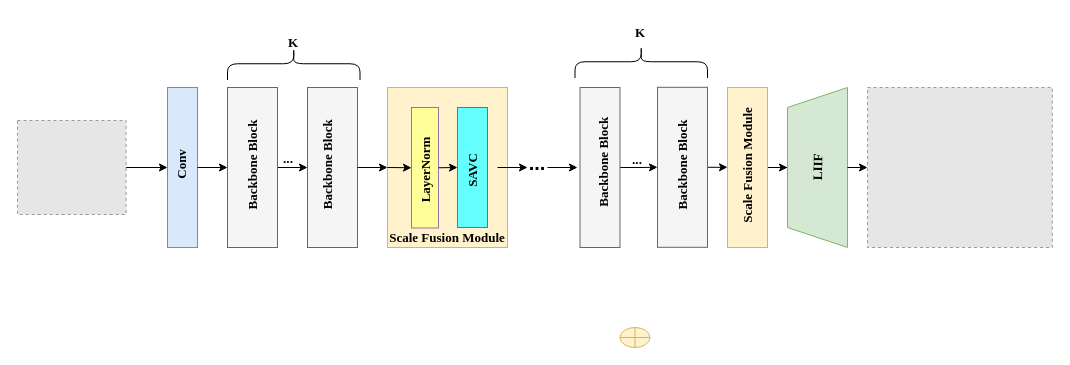
This is 可变形卷积整体模型.drawio from gao131/nlp-beginner, a draw.io file, before an edit. Source tidied: cells renumbered, new cells numbered last; positions are measured from the earlier drawing's top-left corner, leaving out a move shared by most shapes. Both pictures are drawn from the tidied source at 100%, with x=0, y=0 at pixel (17, -5). Pictures stored in the file or linked from it are replaced by grey dashed boxes.
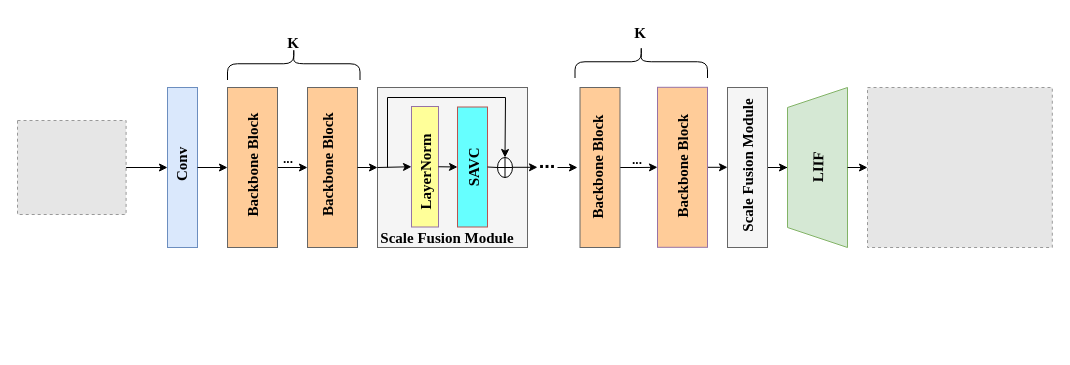
The same page after the edit.

Commit message (it also covers changes not shown here):
更新可变形卷积整体模型.drawio

Change to the diagram source:
```diff
@@
-    <mxCell id="5" style="rounded=0;whiteSpace=wrap;html=1;fillColor=#f5f5f5;fontColor=#333333;strokeColor=#666666;" parent="1" vertex="1">
+    <mxCell id="5" style="rounded=0;whiteSpace=wrap;html=1;fillColor=#FFCC99;fontColor=#333333;strokeColor=#666666;" parent="1" vertex="1">
       <mxGeometry x="290" y="92" width="50" height="160" as="geometry" />
     </mxCell>
@@
-    <mxCell id="8" value="&lt;b&gt;&lt;font style=&quot;font-size: 13px;&quot; face=&quot;Times New Roman&quot;&gt;K&lt;/font&gt;&lt;/b&gt;" style="text;html=1;align=center;verticalAlign=middle;whiteSpace=wrap;rounded=0;" parent="1" vertex="1">
+    <mxCell id="8" value="&lt;b&gt;&lt;font style=&quot;font-size: 15px;&quot; face=&quot;Times New Roman&quot;&gt;K&lt;/font&gt;&lt;/b&gt;" style="text;html=1;align=center;verticalAlign=middle;whiteSpace=wrap;rounded=0;" parent="1" vertex="1">
       <mxGeometry x="246.2" y="32" width="60" height="30" as="geometry" />
     </mxCell>
@@
     <mxCell id="10" value="&lt;font style=&quot;font-size: 20px;&quot;&gt;&lt;b&gt;...&lt;/b&gt;&lt;/font&gt;" style="text;html=1;align=center;verticalAlign=middle;whiteSpace=wrap;rounded=0;" parent="1" vertex="1">
-      <mxGeometry x="490" y="152" width="60" height="30" as="geometry" />
+      <mxGeometry x="500" y="150" width="60" height="30" as="geometry" />
     </mxCell>
@@
-    <mxCell id="12" style="rounded=0;whiteSpace=wrap;html=1;fillColor=#f5f5f5;fontColor=#333333;strokeColor=#666666;" parent="1" vertex="1">
+    <mxCell id="12" style="rounded=0;whiteSpace=wrap;html=1;fillColor=#FFCC99;fontColor=#333333;strokeColor=#666666;" parent="1" vertex="1">
       <mxGeometry x="210" y="92" width="50" height="160" as="geometry" />
     </mxCell>
-    <mxCell id="13" style="rounded=0;whiteSpace=wrap;html=1;fillColor=#fff2cc;strokeColor=#d6b656;" parent="1" vertex="1">
-      <mxGeometry x="370" y="92" width="120" height="160" as="geometry" />
+    <mxCell id="13" style="rounded=0;whiteSpace=wrap;html=1;fillColor=#f5f5f5;strokeColor=#666666;fontColor=#333333;" parent="1" vertex="1">
+      <mxGeometry x="360" y="92" width="150" height="160" as="geometry" />
     </mxCell>
     <mxCell id="14" style="rounded=0;whiteSpace=wrap;html=1;fillColor=#FFFF99;strokeColor=#9673a6;gradientColor=none;" parent="1" vertex="1">
-      <mxGeometry x="394" y="112" width="27" height="120.5" as="geometry" />
+      <mxGeometry x="394" y="111" width="27" height="120.5" as="geometry" />
     </mxCell>
     <mxCell id="15" style="rounded=0;whiteSpace=wrap;html=1;fillColor=#66FFFF;strokeColor=#b85450;gradientColor=none;" parent="1" vertex="1">
-      <mxGeometry x="440" y="112" width="30" height="120" as="geometry" />
+      <mxGeometry x="440" y="111.5" width="30" height="120" as="geometry" />
     </mxCell>
@@
-    <mxCell id="20" style="rounded=0;whiteSpace=wrap;html=1;fillColor=#f5f5f5;fontColor=#333333;strokeColor=#666666;" parent="1" vertex="1">
+    <mxCell id="20" style="rounded=0;whiteSpace=wrap;html=1;fillColor=#FFCC99;fontColor=#333333;strokeColor=#666666;" parent="1" vertex="1">
       <mxGeometry x="562.5" y="92" width="40" height="160" as="geometry" />
     </mxCell>
@@
-    <mxCell id="22" style="rounded=0;whiteSpace=wrap;html=1;fillColor=#fff2cc;strokeColor=#d6b656;" parent="1" vertex="1">
+    <mxCell id="22" style="rounded=0;whiteSpace=wrap;html=1;fillColor=#f5f5f5;strokeColor=#666666;fontColor=#333333;" parent="1" vertex="1">
       <mxGeometry x="710" y="92" width="40" height="160" as="geometry" />
     </mxCell>
@@
-    <mxCell id="27" style="rounded=0;whiteSpace=wrap;html=1;fillColor=#f5f5f5;fontColor=#333333;strokeColor=#666666;" parent="1" vertex="1">
+    <mxCell id="27" style="rounded=0;whiteSpace=wrap;html=1;fillColor=#FFCC99;strokeColor=#9673a6;" parent="1" vertex="1">
       <mxGeometry x="640" y="91.8" width="50" height="160" as="geometry" />
     </mxCell>
@@
-    <mxCell id="30" value="&lt;b&gt;&lt;font style=&quot;font-size: 13px;&quot; face=&quot;Times New Roman&quot;&gt;K&lt;/font&gt;&lt;/b&gt;" style="text;html=1;align=center;verticalAlign=middle;whiteSpace=wrap;rounded=0;" parent="1" vertex="1">
+    <mxCell id="30" value="&lt;b&gt;&lt;font style=&quot;font-size: 15px;&quot; face=&quot;Times New Roman&quot;&gt;K&lt;/font&gt;&lt;/b&gt;" style="text;html=1;align=center;verticalAlign=middle;whiteSpace=wrap;rounded=0;" parent="1" vertex="1">
       <mxGeometry x="592.5" y="22" width="60" height="30" as="geometry" />
     </mxCell>
-    <mxCell id="31" value="&lt;b&gt;&lt;font style=&quot;font-size: 13px;&quot; face=&quot;Times New Roman&quot;&gt; Conv&lt;/font&gt;&lt;/b&gt;" style="text;html=1;align=center;verticalAlign=middle;whiteSpace=wrap;rounded=0;rotation=-90;" parent="1" vertex="1">
+    <mxCell id="31" value="&lt;b&gt;&lt;font style=&quot;font-size: 15px;&quot; face=&quot;Times New Roman&quot;&gt; Conv&lt;/font&gt;&lt;/b&gt;" style="text;html=1;align=center;verticalAlign=middle;whiteSpace=wrap;rounded=0;rotation=-90;" parent="1" vertex="1">
       <mxGeometry x="108.6" y="132.5" width="111.2" height="73.5" as="geometry" />
     </mxCell>
-    <mxCell id="32" value="&lt;b&gt;&lt;font style=&quot;font-size: 13px;&quot; face=&quot;Times New Roman&quot;&gt;Backbone Block&lt;/font&gt;&lt;/b&gt;" style="text;html=1;align=center;verticalAlign=middle;whiteSpace=wrap;rounded=0;rotation=-90;" parent="1" vertex="1">
+    <mxCell id="32" value="&lt;b&gt;&lt;font style=&quot;font-size: 15px;&quot; face=&quot;Times New Roman&quot;&gt;Backbone Block&lt;/font&gt;&lt;/b&gt;" style="text;html=1;align=center;verticalAlign=middle;whiteSpace=wrap;rounded=0;rotation=-90;" parent="1" vertex="1">
       <mxGeometry x="162.5" y="160" width="145" height="20" as="geometry" />
     </mxCell>
-    <mxCell id="33" value="&lt;b&gt;&lt;font style=&quot;font-size: 13px;&quot; face=&quot;Times New Roman&quot;&gt;Backbone Block&lt;/font&gt;&lt;/b&gt;" style="text;html=1;align=center;verticalAlign=middle;whiteSpace=wrap;rounded=0;rotation=-90;" parent="1" vertex="1">
+    <mxCell id="33" value="&lt;b&gt;&lt;font style=&quot;font-size: 15px;&quot; face=&quot;Times New Roman&quot;&gt;Backbone Block&lt;/font&gt;&lt;/b&gt;" style="text;html=1;align=center;verticalAlign=middle;whiteSpace=wrap;rounded=0;rotation=-90;" parent="1" vertex="1">
       <mxGeometry x="238" y="159.2" width="145" height="20" as="geometry" />
     </mxCell>
-    <mxCell id="34" value="&lt;b&gt;&lt;font style=&quot;font-size: 13px;&quot; face=&quot;Times New Roman&quot;&gt;LayerNorm&lt;/font&gt;&lt;/b&gt;" style="text;html=1;align=center;verticalAlign=middle;whiteSpace=wrap;rounded=0;rotation=-90;" parent="1" vertex="1">
-      <mxGeometry x="377.5" y="160" width="60" height="30" as="geometry" />
+    <mxCell id="34" value="&lt;b&gt;&lt;font style=&quot;font-size: 15px;&quot; face=&quot;Times New Roman&quot;&gt;LayerNorm&lt;/font&gt;&lt;/b&gt;" style="text;html=1;align=center;verticalAlign=middle;whiteSpace=wrap;rounded=0;rotation=-90;" parent="1" vertex="1">
+      <mxGeometry x="377.5" y="162" width="60" height="30" as="geometry" />
     </mxCell>
-    <mxCell id="35" value="&lt;b&gt;&lt;font style=&quot;font-size: 13px;&quot; face=&quot;Times New Roman&quot;&gt;Backbone Block&lt;/font&gt;&lt;/b&gt;" style="text;html=1;align=center;verticalAlign=middle;whiteSpace=wrap;rounded=0;rotation=-90;" parent="1" vertex="1">
-      <mxGeometry x="513.8" y="157" width="145" height="20" as="geometry" />
+    <mxCell id="35" value="&lt;b&gt;&lt;font style=&quot;font-size: 15px;&quot; face=&quot;Times New Roman&quot;&gt;Backbone Block&lt;/font&gt;&lt;/b&gt;" style="text;html=1;align=center;verticalAlign=middle;whiteSpace=wrap;rounded=0;rotation=-90;" parent="1" vertex="1">
+      <mxGeometry x="507.5" y="162" width="145" height="20" as="geometry" />
     </mxCell>
-    <mxCell id="36" value="&lt;b&gt;&lt;font style=&quot;font-size: 13px;&quot; face=&quot;Times New Roman&quot;&gt;Backbone Block&lt;/font&gt;&lt;/b&gt;" style="text;html=1;align=center;verticalAlign=middle;whiteSpace=wrap;rounded=0;rotation=-90;" parent="1" vertex="1">
-      <mxGeometry x="592.5" y="160" width="145" height="20" as="geometry" />
+    <mxCell id="36" value="&lt;b&gt;&lt;font style=&quot;font-size: 15px;&quot; face=&quot;Times New Roman&quot;&gt;Backbone Block&lt;/font&gt;&lt;/b&gt;" style="text;html=1;align=center;verticalAlign=middle;whiteSpace=wrap;rounded=0;rotation=-90;" parent="1" vertex="1">
+      <mxGeometry x="592.5" y="161.2" width="145" height="20" as="geometry" />
     </mxCell>
-    <mxCell id="37" value="&lt;b&gt;&lt;font style=&quot;font-size: 13px;&quot; face=&quot;Times New Roman&quot;&gt;LIIF&lt;/font&gt;&lt;/b&gt;" style="text;html=1;align=center;verticalAlign=middle;whiteSpace=wrap;rounded=0;rotation=-89;" parent="1" vertex="1">
+    <mxCell id="37" value="&lt;b&gt;&lt;font style=&quot;font-size: 15px;&quot; face=&quot;Times New Roman&quot;&gt;LIIF&lt;/font&gt;&lt;/b&gt;" style="text;html=1;align=center;verticalAlign=middle;whiteSpace=wrap;rounded=0;rotation=-89;" parent="1" vertex="1">
       <mxGeometry x="770" y="156.8" width="60" height="30" as="geometry" />
     </mxCell>
-    <mxCell id="38" value="&lt;b&gt;&lt;font style=&quot;font-size: 13px;&quot; face=&quot;Times New Roman&quot;&gt;SAVC&lt;/font&gt;&lt;/b&gt;" style="text;html=1;align=center;verticalAlign=middle;whiteSpace=wrap;rounded=0;rotation=-90;" parent="1" vertex="1">
-      <mxGeometry x="406" y="160" width="98" height="30" as="geometry" />
+    <mxCell id="38" value="&lt;b&gt;&lt;font style=&quot;font-size: 15px;&quot; face=&quot;Times New Roman&quot;&gt;SAVC&lt;/font&gt;&lt;/b&gt;" style="text;html=1;align=center;verticalAlign=middle;whiteSpace=wrap;rounded=0;rotation=-90;" parent="1" vertex="1">
+      <mxGeometry x="407" y="156.8" width="98" height="30" as="geometry" />
     </mxCell>
-    <mxCell id="39" value="&lt;b&gt;&lt;font style=&quot;font-size: 13px;&quot; face=&quot;Times New Roman&quot;&gt;Scale Fusion Module&lt;/font&gt;&lt;/b&gt;" style="text;html=1;align=center;verticalAlign=middle;whiteSpace=wrap;rounded=0;" parent="1" vertex="1">
+    <mxCell id="39" value="&lt;b&gt;&lt;font style=&quot;font-size: 15px;&quot; face=&quot;Times New Roman&quot;&gt;Scale Fusion Module&lt;/font&gt;&lt;/b&gt;" style="text;html=1;align=center;verticalAlign=middle;whiteSpace=wrap;rounded=0;" parent="1" vertex="1">
       <mxGeometry x="355" y="232" width="150" height="20" as="geometry" />
     </mxCell>
     <mxCell id="40" style="endArrow=classic;html=1;rounded=0;" parent="1" edge="1">
       <mxGeometry relative="1" as="geometry">
-        <mxPoint x="530" y="172" as="sourcePoint" />
+        <mxPoint x="540" y="172" as="sourcePoint" />
         <mxPoint x="560" y="172" as="targetPoint" />
       </mxGeometry>
     </mxCell>
     <mxCell id="41" style="endArrow=classic;html=1;rounded=0;" parent="1" edge="1">
       <mxGeometry relative="1" as="geometry">
-        <mxPoint x="480" y="172" as="sourcePoint" />
-        <mxPoint x="510" y="172" as="targetPoint" />
+        <mxPoint x="490" y="171.8" as="sourcePoint" />
+        <mxPoint x="520" y="171.8" as="targetPoint" />
       </mxGeometry>
     </mxCell>
-    <mxCell id="42" value="&lt;b&gt;&lt;font style=&quot;font-size: 13px;&quot; face=&quot;Times New Roman&quot;&gt;Scale Fusion Module&lt;/font&gt;&lt;/b&gt;" style="text;html=1;align=center;verticalAlign=middle;whiteSpace=wrap;rounded=0;rotation=-90;" parent="1" vertex="1">
+    <mxCell id="42" value="&lt;b&gt;&lt;font style=&quot;font-size: 15px;&quot; face=&quot;Times New Roman&quot;&gt;Scale Fusion Module&lt;/font&gt;&lt;/b&gt;" style="text;html=1;align=center;verticalAlign=middle;whiteSpace=wrap;rounded=0;rotation=-90;" parent="1" vertex="1">
       <mxGeometry x="655" y="160" width="150" height="20" as="geometry" />
     </mxCell>
-    <mxCell id="43" style="shape=orEllipse;perimeter=ellipsePerimeter;whiteSpace=wrap;html=1;backgroundOutline=1;fillColor=#fff2cc;strokeColor=#d6b656;" parent="1" vertex="1">
-      <mxGeometry x="602.5" y="332" width="30" height="20" as="geometry" />
+    <mxCell id="43" style="shape=orEllipse;perimeter=ellipsePerimeter;whiteSpace=wrap;html=1;backgroundOutline=1;" parent="1" vertex="1">
+      <mxGeometry x="480" y="162" width="15" height="20" as="geometry" />
     </mxCell>
+    <mxCell id="44" style="endArrow=none;html=1;rounded=0;exitX=1;exitY=0.5;exitDx=0;exitDy=0;entryX=0;entryY=0.5;entryDx=0;entryDy=0;" parent="1" edge="1" source="15" target="43">
+      <mxGeometry relative="1" as="geometry" />
+    </mxCell>
+    <mxCell id="45" style="endArrow=classic;html=1;rounded=0;entryX=0.5;entryY=0;entryDx=0;entryDy=0;" parent="1" edge="1" target="43">
+      <mxGeometry relative="1" as="geometry">
+        <mxPoint x="370" y="172" as="sourcePoint" />
+        <Array as="points">
+          <mxPoint x="370" y="102" />
+          <mxPoint x="488" y="102" />
+        </Array>
+      </mxGeometry>
+    </mxCell>
```
